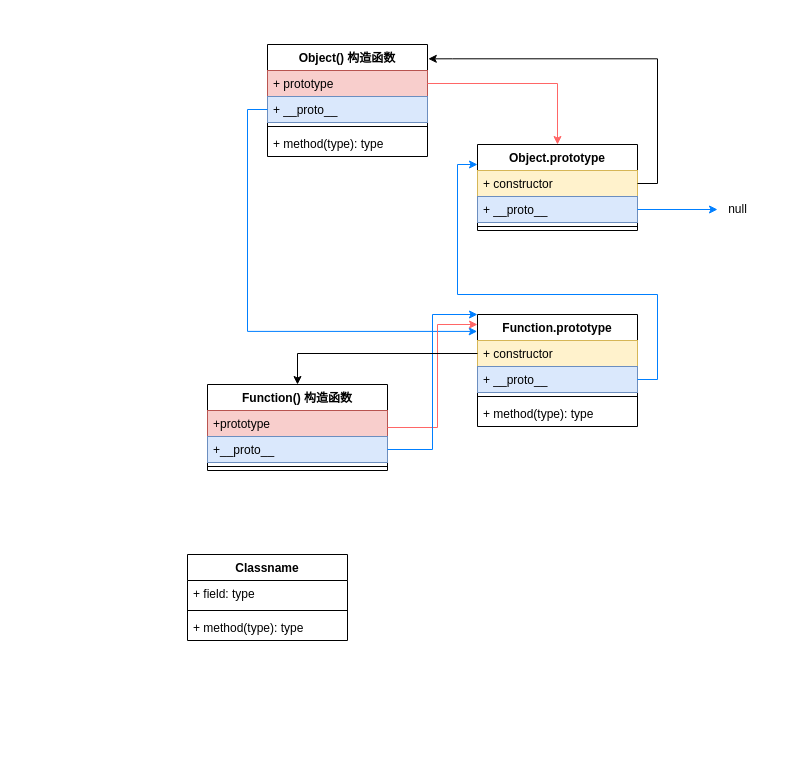
This is js原型1.drawio from wbbhacker/drawFile, a draw.io file, before an edit. Source tidied: cells renumbered, new cells numbered last; positions are measured from the earlier drawing's top-left corner, leaving out a move shared by most shapes. Both pictures are drawn from the tidied source at 100%, with x=0, y=0 at pixel (187, 44).
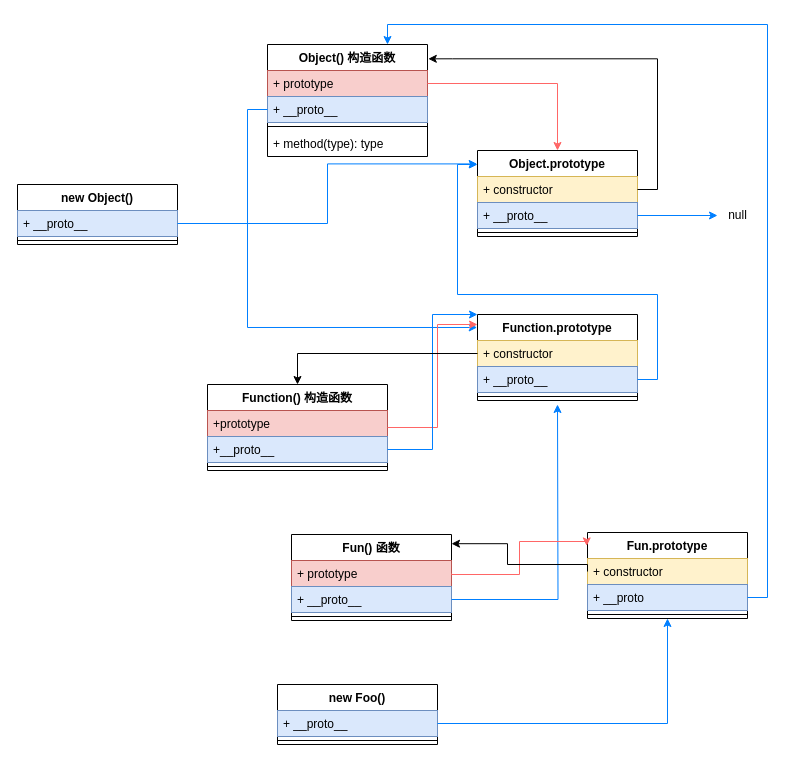
The same diagram, later.

Unchanged cells that the change refers to:
```xml
<mxCell id="8" value="Object() 构造函数" style="swimlane;fontStyle=1;align=center;verticalAlign=top;horizontal=1;startSize=26;" parent="1" vertex="1">
  <mxGeometry x="80" width="160" height="112" as="geometry" />
</mxCell>
```

Diff of the diagram source:
```diff
@@
     <mxCell id="2" value="Object.prototype" style="swimlane;fontStyle=1;align=center;verticalAlign=top;horizontal=1;startSize=26;" parent="1" vertex="1">
-      <mxGeometry x="290" y="100" width="160" height="86" as="geometry" />
+      <mxGeometry x="290" y="106" width="160" height="86" as="geometry" />
     </mxCell>
@@
     <mxCell id="6" value="null" style="text;html=1;align=center;verticalAlign=middle;points=[];strokeColor=none;fillColor=none;" parent="1" vertex="1">
-      <mxGeometry x="530" y="150" width="40" height="30" as="geometry" />
+      <mxGeometry x="530" y="156" width="40" height="30" as="geometry" />
     </mxCell>
@@
     <mxCell id="15" value="Function.prototype" style="swimlane;fontStyle=1;align=center;verticalAlign=top;horizontal=1;startSize=26;" parent="1" vertex="1">
-      <mxGeometry x="290" y="270" width="160" height="112" as="geometry" />
+      <mxGeometry x="290" y="270" width="160" height="86" as="geometry" />
     </mxCell>
@@
-    <mxCell id="19" value="+ method(type): type" style="text;strokeColor=none;fillColor=none;align=left;verticalAlign=top;spacingLeft=4;spacingRight=4;overflow=hidden;" parent="15" vertex="1">
-      <mxGeometry y="86" width="160" height="26" as="geometry" />
-    </mxCell>
@@
-    <mxCell id="29" value="Classname" style="swimlane;fontStyle=1;align=center;verticalAlign=top;horizontal=1;startSize=26;" parent="1" vertex="1">
-      <mxGeometry y="510" width="160" height="86" as="geometry" />
+    <mxCell id="29" value="Fun() 函数" style="swimlane;fontStyle=1;align=center;verticalAlign=top;horizontal=1;startSize=26;" parent="1" vertex="1">
+      <mxGeometry x="104" y="490" width="160" height="86" as="geometry" />
     </mxCell>
-    <mxCell id="30" value="+ field: type" style="text;strokeColor=none;fillColor=none;align=left;verticalAlign=top;spacingLeft=4;spacingRight=4;overflow=hidden;" parent="29" vertex="1">
-      <mxGeometry y="26" width="160" height="26" as="geometry" />
-    </mxCell>
+    <mxCell id="33" value="+ prototype" style="text;strokeColor=#b85450;fillColor=#f8cecc;align=left;verticalAlign=top;spacingLeft=4;spacingRight=4;overflow=hidden;points=[[0,0.5],[1,0.5]];portConstraint=eastwest;" parent="29" vertex="1">
+      <mxGeometry y="26" width="160" height="26" as="geometry" />
+    </mxCell>
+    <mxCell id="34" value="+ __proto__" style="text;strokeColor=#6c8ebf;fillColor=#dae8fc;align=left;verticalAlign=top;spacingLeft=4;spacingRight=4;overflow=hidden;points=[[0,0.5],[1,0.5]];portConstraint=eastwest;" parent="29" vertex="1">
+      <mxGeometry y="52" width="160" height="26" as="geometry" />
+    </mxCell>
     <mxCell id="31" style="line;strokeWidth=1;fillColor=none;align=left;verticalAlign=middle;spacingTop=-1;spacingLeft=3;spacingRight=3;labelPosition=right;strokeColor=inherit;" parent="29" vertex="1">
-      <mxGeometry y="52" width="160" height="8" as="geometry" />
+      <mxGeometry y="78" width="160" height="8" as="geometry" />
     </mxCell>
-    <mxCell id="32" value="+ method(type): type" style="text;strokeColor=none;fillColor=none;align=left;verticalAlign=top;spacingLeft=4;spacingRight=4;overflow=hidden;" parent="29" vertex="1">
-      <mxGeometry y="60" width="160" height="26" as="geometry" />
-    </mxCell>
+    <mxCell id="35" value="Fun.prototype" style="swimlane;fontStyle=1;align=center;verticalAlign=top;horizontal=1;startSize=26;" parent="1" vertex="1">
+      <mxGeometry x="400" y="488" width="160" height="86" as="geometry" />
+    </mxCell>
+    <mxCell id="36" value="+ constructor" style="text;strokeColor=#d6b656;fillColor=#fff2cc;align=left;verticalAlign=top;spacingLeft=4;spacingRight=4;overflow=hidden;points=[[0,0.5],[1,0.5]];portConstraint=eastwest;" parent="35" vertex="1">
+      <mxGeometry y="26" width="160" height="26" as="geometry" />
+    </mxCell>
+    <mxCell id="37" value="+ __proto" style="text;strokeColor=#6c8ebf;fillColor=#dae8fc;align=left;verticalAlign=top;spacingLeft=4;spacingRight=4;overflow=hidden;points=[[0,0.5],[1,0.5]];portConstraint=eastwest;" parent="35" vertex="1">
+      <mxGeometry y="52" width="160" height="26" as="geometry" />
+    </mxCell>
+    <mxCell id="38" style="line;strokeWidth=1;fillColor=none;align=left;verticalAlign=middle;spacingTop=-1;spacingLeft=3;spacingRight=3;labelPosition=right;strokeColor=inherit;" parent="35" vertex="1">
+      <mxGeometry y="78" width="160" height="8" as="geometry" />
+    </mxCell>
+    <mxCell id="39" style="edgeStyle=orthogonalEdgeStyle;rounded=0;jettySize=auto;html=1;exitX=1;exitY=0.5;exitDx=0;exitDy=0;strokeColor=#007FFF;" parent="1" edge="1" source="34">
+      <mxGeometry relative="1" as="geometry">
+        <mxPoint x="370" y="360" as="targetPoint" />
+      </mxGeometry>
+    </mxCell>
+    <mxCell id="40" style="edgeStyle=orthogonalEdgeStyle;rounded=0;jettySize=auto;html=1;exitX=1;exitY=0.5;exitDx=0;exitDy=0;entryX=-0.005;entryY=0.156;entryDx=0;entryDy=0;entryPerimeter=0;strokeColor=#FF6666;" parent="1" edge="1" source="33" target="35">
+      <mxGeometry relative="1" as="geometry">
+        <Array as="points">
+          <mxPoint x="264" y="530" />
+          <mxPoint x="332" y="530" />
+          <mxPoint x="332" y="497" />
+        </Array>
+      </mxGeometry>
+    </mxCell>
+    <mxCell id="41" style="edgeStyle=orthogonalEdgeStyle;rounded=0;jettySize=auto;html=1;exitX=0;exitY=0.5;exitDx=0;exitDy=0;entryX=1;entryY=0.107;entryDx=0;entryDy=0;entryPerimeter=0;strokeColor=#000000;" parent="1" edge="1" source="36" target="29">
+      <mxGeometry relative="1" as="geometry">
+        <Array as="points">
+          <mxPoint x="400" y="520" />
+          <mxPoint x="320" y="520" />
+          <mxPoint x="320" y="499" />
+        </Array>
+      </mxGeometry>
+    </mxCell>
+    <mxCell id="42" value="new Foo()" style="swimlane;fontStyle=1;align=center;verticalAlign=top;horizontal=1;startSize=26;" parent="1" vertex="1">
+      <mxGeometry x="90" y="640" width="160" height="60" as="geometry" />
+    </mxCell>
+    <mxCell id="43" value="+ __proto__" style="text;strokeColor=#6c8ebf;fillColor=#dae8fc;align=left;verticalAlign=top;spacingLeft=4;spacingRight=4;overflow=hidden;points=[[0,0.5],[1,0.5]];portConstraint=eastwest;" parent="42" vertex="1">
+      <mxGeometry y="26" width="160" height="26" as="geometry" />
+    </mxCell>
+    <mxCell id="44" style="line;strokeWidth=1;fillColor=none;align=left;verticalAlign=middle;spacingTop=-1;spacingLeft=3;spacingRight=3;labelPosition=right;strokeColor=inherit;" parent="42" vertex="1">
+      <mxGeometry y="52" width="160" height="8" as="geometry" />
+    </mxCell>
+    <mxCell id="45" style="edgeStyle=orthogonalEdgeStyle;rounded=0;jettySize=auto;html=1;exitX=1;exitY=0.5;exitDx=0;exitDy=0;entryX=0.5;entryY=1;entryDx=0;entryDy=0;strokeColor=#007FFF;" parent="1" edge="1" source="43" target="35">
+      <mxGeometry relative="1" as="geometry" />
+    </mxCell>
+    <mxCell id="46" style="edgeStyle=orthogonalEdgeStyle;rounded=0;jettySize=auto;html=1;exitX=1;exitY=0.5;exitDx=0;exitDy=0;entryX=0.75;entryY=0;entryDx=0;entryDy=0;strokeColor=#007FFF;" parent="1" edge="1" source="37" target="8">
+      <mxGeometry relative="1" as="geometry" />
+    </mxCell>
+    <mxCell id="47" value="new Object()" style="swimlane;fontStyle=1;align=center;verticalAlign=top;horizontal=1;startSize=26;" parent="1" vertex="1">
+      <mxGeometry x="-170" y="140" width="160" height="60" as="geometry" />
+    </mxCell>
+    <mxCell id="48" value="+ __proto__" style="text;strokeColor=#6c8ebf;fillColor=#dae8fc;align=left;verticalAlign=top;spacingLeft=4;spacingRight=4;overflow=hidden;points=[[0,0.5],[1,0.5]];portConstraint=eastwest;" parent="47" vertex="1">
+      <mxGeometry y="26" width="160" height="26" as="geometry" />
+    </mxCell>
+    <mxCell id="49" style="line;strokeWidth=1;fillColor=none;align=left;verticalAlign=middle;spacingTop=-1;spacingLeft=3;spacingRight=3;labelPosition=right;strokeColor=inherit;" parent="47" vertex="1">
+      <mxGeometry y="52" width="160" height="8" as="geometry" />
+    </mxCell>
+    <mxCell id="50" style="edgeStyle=orthogonalEdgeStyle;rounded=0;jettySize=auto;html=1;exitX=1;exitY=0.5;exitDx=0;exitDy=0;entryX=-0.002;entryY=0.156;entryDx=0;entryDy=0;entryPerimeter=0;strokeColor=#007FFF;" parent="1" edge="1" source="48" target="2">
+      <mxGeometry relative="1" as="geometry" />
+    </mxCell>
```
